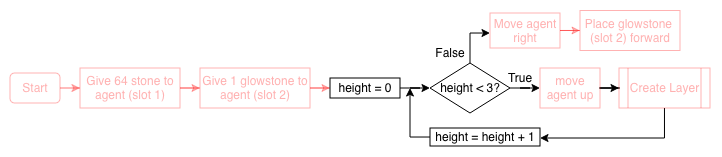
This is tutorials/python-islands/island-7/tower_builder/images/flowchart-landscape_2.png from CausewayDigital/Minecraft-EE-MakeCode, a draw.io export, as it was before one commit. Source tidied: cells renumbered, new cells last; positions are measured from the earlier drawing's top-left corner, leaving out a move shared by most shapes.
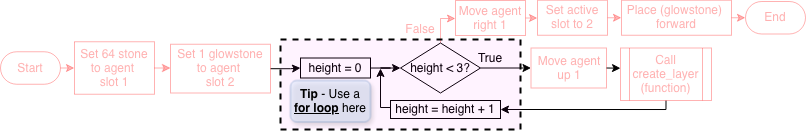
The same diagram one commit later.

What changed in the source:
```diff
@@ -2,85 +2,107 @@
   <root>
     <mxCell id="0" />
     <mxCell id="1" parent="0" />
-    <mxCell id="2" style="edgeStyle=orthogonalEdgeStyle;rounded=0;jettySize=auto;html=1;strokeColor=#FF0000;opacity=30;fontColor=#FF0000;textOpacity=30;" parent="1" edge="1" source="3" target="5">
-      <mxGeometry relative="1" as="geometry" />
-    </mxCell>
-    <mxCell id="3" value="Start" style="rounded=1;whiteSpace=wrap;html=1;strokeColor=#FF0000;opacity=30;fontColor=#FF0000;textOpacity=30;" parent="1" vertex="1">
-      <mxGeometry y="63" width="50" height="30" as="geometry" />
-    </mxCell>
-    <mxCell id="4" style="edgeStyle=orthogonalEdgeStyle;rounded=0;jettySize=auto;html=1;strokeColor=#FF0000;opacity=30;fontColor=#FF0000;textOpacity=30;" parent="1" edge="1" source="5" target="7">
+    <mxCell id="4" style="edgeStyle=orthogonalEdgeStyle;rounded=0;jettySize=auto;html=1;exitX=1;exitY=0.5;exitDx=0;exitDy=0;entryX=0;entryY=0.5;entryDx=0;entryDy=0;fontColor=#FF0000;textOpacity=30;strokeColor=#FF0000;opacity=30;" parent="1" edge="1" source="5" target="7">
       <mxGeometry relative="1" as="geometry" />
     </mxCell>
-    <mxCell id="5" value="Give 64 stone to agent (slot 1)" style="rounded=0;whiteSpace=wrap;html=1;strokeColor=#FF0000;opacity=30;fontColor=#FF0000;textOpacity=30;" parent="1" vertex="1">
-      <mxGeometry x="70" y="58" width="100" height="40" as="geometry" />
+    <mxCell id="5" value="Set 64 stone to agent&amp;nbsp;&lt;div&gt;slot 1&lt;/div&gt;" style="rounded=0;whiteSpace=wrap;html=1;fontColor=#FF0000;textOpacity=30;strokeColor=#FF0000;opacity=30;" parent="1" vertex="1">
+      <mxGeometry x="-346" y="49.2" width="80" height="52.5" as="geometry" />
     </mxCell>
-    <mxCell id="6" style="edgeStyle=orthogonalEdgeStyle;rounded=0;jettySize=auto;html=1;strokeColor=#FF0000;opacity=30;fontColor=#FF0000;textOpacity=30;" parent="1" edge="1" source="7" target="9">
+    <mxCell id="6" style="edgeStyle=orthogonalEdgeStyle;rounded=0;jettySize=auto;html=1;" parent="1" edge="1" source="7" target="9">
       <mxGeometry relative="1" as="geometry" />
     </mxCell>
-    <mxCell id="7" value="Give 1 glowstone to agent (slot 2)" style="rounded=0;whiteSpace=wrap;html=1;strokeColor=#FF0000;opacity=30;fontColor=#FF0000;textOpacity=30;" parent="1" vertex="1">
-      <mxGeometry x="190" y="58" width="110" height="40" as="geometry" />
+    <mxCell id="7" value="Set 1 glowstone to agent&amp;nbsp;&lt;div&gt;slot 2&lt;/div&gt;" style="rounded=0;whiteSpace=wrap;html=1;fontColor=#FF0000;textOpacity=30;strokeColor=#FF0000;opacity=30;" parent="1" vertex="1">
+      <mxGeometry x="-250" y="51.8" width="100" height="48.8" as="geometry" />
     </mxCell>
     <mxCell id="8" style="edgeStyle=orthogonalEdgeStyle;rounded=0;jettySize=auto;html=1;" parent="1" edge="1" source="9" target="12">
       <mxGeometry relative="1" as="geometry" />
     </mxCell>
     <mxCell id="9" value="height = 0" style="rounded=0;whiteSpace=wrap;html=1;" parent="1" vertex="1">
-      <mxGeometry x="320" y="68" width="70" height="20" as="geometry" />
+      <mxGeometry x="-120" y="65.5" width="70" height="20" as="geometry" />
     </mxCell>
     <mxCell id="10" style="edgeStyle=orthogonalEdgeStyle;rounded=0;jettySize=auto;html=1;" parent="1" edge="1" source="12" target="18">
       <mxGeometry relative="1" as="geometry" />
     </mxCell>
-    <mxCell id="11" style="edgeStyle=orthogonalEdgeStyle;rounded=0;jettySize=auto;html=1;" parent="1" edge="1" source="12" target="20">
+    <mxCell id="11" style="edgeStyle=orthogonalEdgeStyle;rounded=0;jettySize=auto;html=1;fontColor=#FF0000;textOpacity=30;strokeColor=#FF0000;opacity=30;" parent="1" edge="1" source="12" target="20">
       <mxGeometry relative="1" as="geometry">
         <Array as="points">
-          <mxPoint x="460" y="23" />
+          <mxPoint x="20" y="26" />
         </Array>
       </mxGeometry>
     </mxCell>
     <mxCell id="12" value="height &amp;lt; 3?" style="rhombus;whiteSpace=wrap;html=1;" parent="1" vertex="1">
-      <mxGeometry x="420" y="53" width="80" height="50" as="geometry" />
+      <mxGeometry x="-20" y="50.5" width="80" height="50" as="geometry" />
     </mxCell>
-    <mxCell id="13" style="edgeStyle=orthogonalEdgeStyle;rounded=0;jettySize=auto;html=1;" parent="1" edge="1" source="14">
-      <mxGeometry relative="1" as="geometry">
-        <mxPoint x="400" y="78" as="targetPoint" />
-      </mxGeometry>
-    </mxCell>
+    <mxCell id="25" style="edgeStyle=orthogonalEdgeStyle;rounded=0;orthogonalLoop=1;jettySize=auto;html=1;exitX=0;exitY=0.5;exitDx=0;exitDy=0;" parent="1" edge="1">
+      <mxGeometry relative="1" as="geometry">
+        <mxPoint x="-30" y="115" as="sourcePoint" />
+        <mxPoint x="-40" y="76" as="targetPoint" />
+        <Array as="points">
+          <mxPoint x="-40" y="115" />
+        </Array>
+      </mxGeometry>
+    </mxCell>
     <mxCell id="14" value="height = height + 1" style="rounded=0;whiteSpace=wrap;html=1;" parent="1" vertex="1">
-      <mxGeometry x="420" y="118" width="110" height="18" as="geometry" />
+      <mxGeometry x="-30" y="108" width="110" height="18" as="geometry" />
     </mxCell>
-    <mxCell id="15" value="False" style="text;html=1;strokeColor=none;fillColor=none;align=center;verticalAlign=middle;whiteSpace=wrap;rounded=0;" parent="1" vertex="1">
-      <mxGeometry x="420" y="33" width="40" height="20" as="geometry" />
+    <mxCell id="15" value="False" style="text;html=1;strokeColor=none;fillColor=none;align=center;verticalAlign=middle;whiteSpace=wrap;rounded=0;fontColor=#FF0000;textOpacity=30;" parent="1" vertex="1">
+      <mxGeometry x="-20" y="26.5" width="40" height="20" as="geometry" />
     </mxCell>
-    <mxCell id="16" style="edgeStyle=orthogonalEdgeStyle;rounded=0;orthogonalLoop=1;jettySize=auto;html=1;exitX=0.5;exitY=1;exitDx=0;exitDy=0;" parent="1" edge="1" source="15" target="15">
+    <mxCell id="16" style="edgeStyle=orthogonalEdgeStyle;rounded=0;orthogonalLoop=1;jettySize=auto;html=1;exitX=0.5;exitY=1;exitDx=0;exitDy=0;fontColor=#FF0000;textOpacity=30;strokeColor=#FF0000;opacity=30;" parent="1" edge="1" source="15" target="15">
       <mxGeometry relative="1" as="geometry" />
     </mxCell>
-    <mxCell id="17" style="edgeStyle=orthogonalEdgeStyle;rounded=0;jettySize=auto;html=1;" parent="1" edge="1" source="18" target="24">
-      <mxGeometry relative="1" as="geometry" />
-    </mxCell>
-    <mxCell id="18" value="move agent up" style="rounded=0;whiteSpace=wrap;html=1;strokeColor=#FF0000;opacity=30;fontColor=#FF0000;textOpacity=30;" parent="1" vertex="1">
-      <mxGeometry x="530" y="58" width="60" height="40" as="geometry" />
+    <mxCell id="18" value="Move agent up 1" style="rounded=0;whiteSpace=wrap;html=1;fontColor=#FF0000;textOpacity=30;strokeColor=#FF0000;opacity=30;" parent="1" vertex="1">
+      <mxGeometry x="110.5" y="55.5" width="75.5" height="40" as="geometry" />
     </mxCell>
-    <mxCell id="19" style="edgeStyle=orthogonalEdgeStyle;rounded=0;jettySize=auto;html=1;strokeColor=#FF0000;opacity=30;fontColor=#FF0000;textOpacity=30;" parent="1" edge="1" source="20" target="21">
-      <mxGeometry relative="1" as="geometry" />
-    </mxCell>
+    <mxCell id="26" style="edgeStyle=orthogonalEdgeStyle;rounded=0;jettySize=auto;html=1;exitX=1;exitY=0.5;exitDx=0;exitDy=0;entryX=0;entryY=0.5;entryDx=0;entryDy=0;fontColor=#FF0000;textOpacity=30;strokeColor=#FF0000;opacity=30;" parent="1" edge="1" source="20" target="29">
+      <mxGeometry relative="1" as="geometry" />
+    </mxCell>
-    <mxCell id="20" value="Move agent right" style="rounded=0;whiteSpace=wrap;html=1;strokeColor=#FF0000;opacity=30;fontColor=#FF0000;textOpacity=30;" parent="1" vertex="1">
-      <mxGeometry x="480" y="3" width="70" height="35" as="geometry" />
+    <mxCell id="20" value="Move agent right 1" style="rounded=0;whiteSpace=wrap;html=1;fontColor=#FF0000;textOpacity=30;strokeColor=#FF0000;opacity=30;" parent="1" vertex="1">
+      <mxGeometry x="35" y="8" width="70" height="35" as="geometry" />
     </mxCell>
-    <mxCell id="21" value="&lt;div&gt;Place glowstone&amp;nbsp;&lt;/div&gt;&lt;div&gt;(slot 2) forward&lt;/div&gt;" style="rounded=0;whiteSpace=wrap;html=1;strokeColor=#FF0000;opacity=30;fontColor=#FF0000;textOpacity=30;" parent="1" vertex="1">
-      <mxGeometry x="570" y="0.5" width="100" height="40" as="geometry" />
+    <mxCell id="21" value="&lt;div&gt;Place (glowstone)&amp;nbsp;&lt;/div&gt;&lt;div&gt;forward&lt;/div&gt;" style="rounded=0;whiteSpace=wrap;html=1;fontColor=#FF0000;textOpacity=30;strokeColor=#FF0000;opacity=30;" parent="1" vertex="1">
+      <mxGeometry x="201" y="7.8" width="110" height="35" as="geometry" />
     </mxCell>
     <mxCell id="22" value="True&lt;span style=&quot;color: rgba(0 , 0 , 0 , 0) ; font-family: monospace ; font-size: 0px&quot;&gt;%3CmxGraphModel%3E%3Croot%3E%3CmxCell%20id%3D%220%22%2F%3E%3CmxCell%20id%3D%221%22%20parent%3D%220%22%2F%3E%3CmxCell%20id%3D%222%22%20value%3D%22False%22%20style%3D%22text%3Bhtml%3D1%3BstrokeColor%3Dnone%3BfillColor%3Dnone%3Balign%3Dcenter%3BverticalAlign%3Dmiddle%3BwhiteSpace%3Dwrap%3Brounded%3D0%3B%22%20vertex%3D%221%22%20parent%3D%221%22%3E%3CmxGeometry%20x%3D%22260%22%20y%3D%22440%22%20width%3D%2240%22%20height%3D%2220%22%20as%3D%22geometry%22%2F%3E%3C%2FmxCell%3E%3C%2Froot%3E%3C%2FmxGraphModel%3E&lt;/span&gt;" style="text;html=1;strokeColor=none;fillColor=none;align=center;verticalAlign=middle;whiteSpace=wrap;rounded=0;" parent="1" vertex="1">
-      <mxGeometry x="490" y="58" width="40" height="20" as="geometry" />
+      <mxGeometry x="50" y="55.5" width="40" height="20" as="geometry" />
     </mxCell>
-    <mxCell id="23" style="edgeStyle=orthogonalEdgeStyle;rounded=0;jettySize=auto;html=1;entryX=1;entryY=0.5;entryDx=0;entryDy=0;" parent="1" edge="1" source="24" target="14">
+    <mxCell id="23" style="edgeStyle=orthogonalEdgeStyle;rounded=0;jettySize=auto;html=1;exitX=0.5;exitY=1;exitDx=0;exitDy=0;entryX=1;entryY=0.5;entryDx=0;entryDy=0;" parent="1" edge="1" source="24" target="14">
       <mxGeometry relative="1" as="geometry">
         <Array as="points">
-          <mxPoint x="655" y="128" />
-          <mxPoint x="530" y="128" />
+          <mxPoint x="246" y="117" />
         </Array>
       </mxGeometry>
     </mxCell>
-    <mxCell id="24" value="Create Layer" style="shape=process;whiteSpace=wrap;html=1;backgroundOutline=1;strokeColor=#FF0000;opacity=30;fontColor=#FF0000;textOpacity=30;" parent="1" vertex="1">
-      <mxGeometry x="609" y="58" width="91" height="40" as="geometry" />
+    <mxCell id="24" value="Call create_layer&lt;div&gt;(function)&lt;/div&gt;" style="shape=process;whiteSpace=wrap;html=1;backgroundOutline=1;fontColor=#FF0000;textOpacity=30;strokeColor=#FF0000;opacity=30;" parent="1" vertex="1">
+      <mxGeometry x="200" y="55.5" width="91" height="52.5" as="geometry" />
     </mxCell>
+    <mxCell id="27" value="End" style="html=1;dashed=0;whiteSpace=wrap;shape=mxgraph.dfd.start;fontColor=#FF0000;textOpacity=30;strokeColor=#FF0000;opacity=30;" parent="1" vertex="1">
+      <mxGeometry x="325" y="9" width="60" height="32.5" as="geometry" />
+    </mxCell>
+    <mxCell id="2" style="edgeStyle=orthogonalEdgeStyle;rounded=0;jettySize=auto;html=1;exitX=1;exitY=0.5;exitDx=0;exitDy=0;exitPerimeter=0;entryX=0;entryY=0.5;entryDx=0;entryDy=0;fontColor=#FF0000;textOpacity=30;strokeColor=#FF0000;opacity=30;" parent="1" edge="1" source="3" target="5">
+      <mxGeometry relative="1" as="geometry" />
+    </mxCell>
+    <mxCell id="3" value="Start" style="html=1;dashed=0;whiteSpace=wrap;shape=mxgraph.dfd.start;fontColor=#FF0000;textOpacity=30;strokeColor=#FF0000;opacity=30;" parent="1" vertex="1">
+      <mxGeometry x="-420" y="59.2" width="60" height="32.5" as="geometry" />
+    </mxCell>
+    <mxCell id="28" style="edgeStyle=orthogonalEdgeStyle;rounded=0;jettySize=auto;html=1;exitX=1;exitY=0.5;exitDx=0;exitDy=0;entryX=0;entryY=0.5;entryDx=0;entryDy=0;fontColor=#FF0000;textOpacity=30;strokeColor=#FF0000;opacity=30;" parent="1" edge="1" source="29" target="21">
+      <mxGeometry relative="1" as="geometry" />
+    </mxCell>
+    <mxCell id="29" value="Set active slot to 2" style="rounded=0;whiteSpace=wrap;html=1;fontColor=#FF0000;textOpacity=30;strokeColor=#FF0000;opacity=30;" parent="1" vertex="1">
+      <mxGeometry x="117" y="7.8" width="70" height="35" as="geometry" />
+    </mxCell>
+    <mxCell id="30" style="edgeStyle=orthogonalEdgeStyle;rounded=0;jettySize=auto;html=1;exitX=1;exitY=0.5;exitDx=0;exitDy=0;entryX=0;entryY=0.5;entryDx=0;entryDy=0;entryPerimeter=0;fontColor=#FF0000;textOpacity=30;strokeColor=#FF0000;opacity=30;" parent="1" edge="1" source="21" target="27">
+      <mxGeometry relative="1" as="geometry" />
+    </mxCell>
+    <mxCell id="17" style="endArrow=classic;html=1;rounded=0;exitX=1;exitY=0.5;exitDx=0;exitDy=0;entryX=0;entryY=0.385;entryDx=0;entryDy=0;entryPerimeter=0;" parent="1" edge="1" source="18" target="24">
+      <mxGeometry relative="1" as="geometry" />
+    </mxCell>
+    <mxCell id="31" value="For loop" parent="0" />
+    <mxCell id="32" style="rounded=0;whiteSpace=wrap;html=1;fillColor=light-dark(#FB0FFF0D,#EDEDED0D);strokeColor=#000000;strokeWidth=2;dashed=1;perimeterSpacing=0;" parent="31" vertex="1">
+      <mxGeometry x="-140" y="47" width="240" height="90" as="geometry" />
+    </mxCell>
+    <mxCell id="33" value="&lt;b&gt;Tip &lt;/b&gt;- Use a &lt;b&gt;&lt;u&gt;for loop&lt;/u&gt;&lt;/b&gt; here" style="text;html=1;whiteSpace=wrap;strokeColor=#6c8ebf;fillColor=#dae8fc;align=center;verticalAlign=middle;rounded=1;glass=0;shadow=1;opacity=50;" parent="31" vertex="1">
+      <mxGeometry x="-130" y="88" width="80" height="41.5" as="geometry" />
+    </mxCell>
   </root>
 </mxGraphModel>
```
